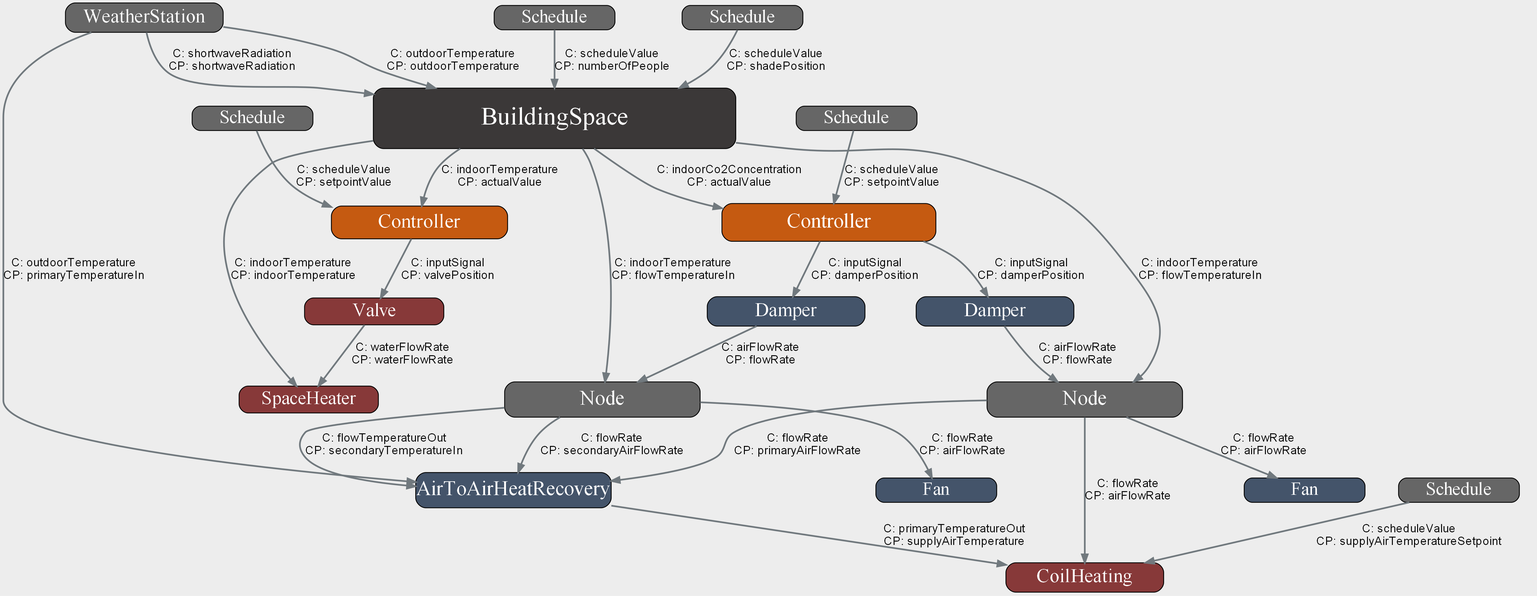
JBjoernskov/Twin4Build keeps this Graphviz diagram as system_graph_no_cycles.png. Above is the earlier version. Its source is kept beside it as system_graph_no_cycles.dot.
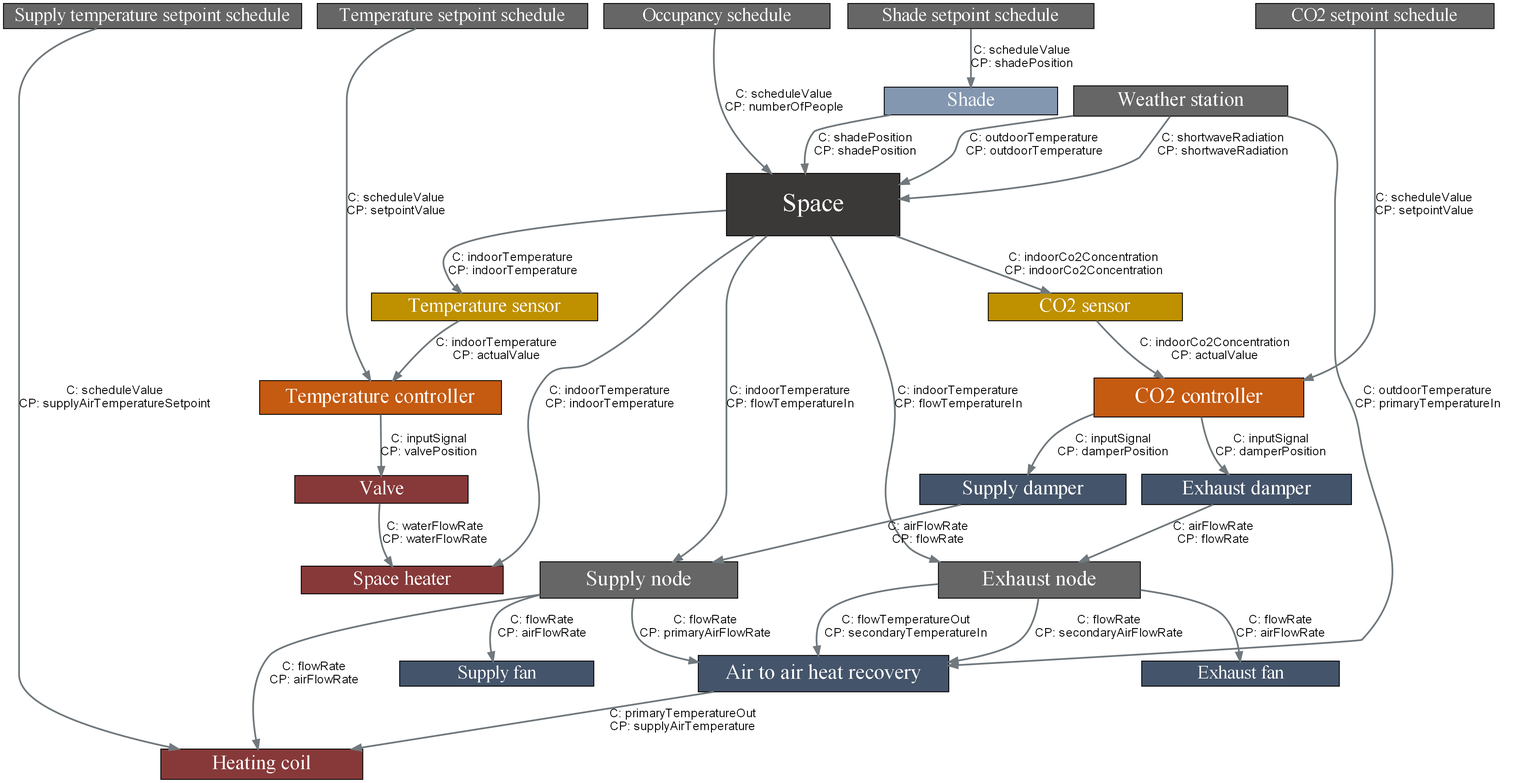
Above is the later version.

Diff of the diagram source:
```diff
@@ -1,83 +1,108 @@
 digraph G {
 subgraph  {
-weather_station [color=black, fillcolor="#666666", fontsize=23.23076923076923, height=0.49230769230769234, label=WeatherStation, width=2.615384615384615];
+rank=same;
+"Weather station" [color=black, fillcolor="#666666", fontsize=23.23076923076923, height=0.49230769230769234, label="Weather station", width=3.4292803970223327];
 }
 
 subgraph  {
-occupancy_schedule [color=black, fillcolor="#666666", fontsize=22.0, height=0.4000000000000001, label=Schedule, width=1.9999999999999993];
-shade_setpoint_schedule [color=black, fillcolor="#666666", fontsize=22.0, height=0.4000000000000001, label=Schedule, width=1.9999999999999993];
-supply_air_temperature_setpoint_schedule [color=black, fillcolor="#666666", fontsize=22.0, height=0.4000000000000001, label=Schedule, width=1.9999999999999993];
-indoor_temperature_setpoint_schedule [color=black, fillcolor="#666666", fontsize=22.0, height=0.4000000000000001, label=Schedule, width=1.9999999999999993];
-co2_setpoint_schedule [color=black, fillcolor="#666666", fontsize=22.0, height=0.4000000000000001, label=Schedule, width=1.9999999999999993];
+rank=same;
+"Occupancy schedule" [color=black, fillcolor="#666666", fontsize=22.0, height=0.4000000000000001, label="Occupancy schedule", width=3.6228287841191067];
+"Shade setpoint schedule" [color=black, fillcolor="#666666", fontsize=22.0, height=0.4000000000000001, label="Shade setpoint schedule", width=3.945409429280397];
+"Supply temperature setpoint schedule" [color=black, fillcolor="#666666", fontsize=22.0, height=0.4000000000000001, label="Supply temperature setpoint schedule", width=4.784119106699752];
+"Temperature setpoint schedule" [color=black, fillcolor="#666666", fontsize=22.0, height=0.4000000000000001, label="Temperature setpoint schedule", width=4.332506203473946];
+"CO2 setpoint schedule" [color=black, fillcolor="#666666", fontsize=22.0, height=0.4000000000000001, label="CO2 setpoint schedule", width=3.8163771712158807];
 }
 
 subgraph  {
-"Ø20-601b-2" [color=black, fillcolor="#3B3838", fontsize=30.0, height=1.0, label=BuildingSpace, width=6.0];
+rank=same;
+Space [color=black, fillcolor="#3B3838", fontsize=30.0, height=1.0, label=Space, width=2.784119106699752];
 }
 
 subgraph  {
-"C_temperature_Ø20-601b-2" [color=black, fillcolor="#C55A11", fontsize=23.846153846153847, height=0.5384615384615385, label=Controller, width=2.9230769230769225];
-"C_CO2_Ø20-601b-2" [color=black, fillcolor="#C55A11", fontsize=25.076923076923077, height=0.6307692307692307, label=Controller, width=3.538461538461538];
+rank=same;
+"Temperature controller" [color=black, fillcolor="#C55A11", fontsize=23.846153846153847, height=0.5384615384615385, label="Temperature controller", width=3.880893300248139];
+"CO2 controller" [color=black, fillcolor="#C55A11", fontsize=25.076923076923077, height=0.6307692307692307, label="CO2 controller", width=3.3647642679900747];
 }
 
 subgraph  {
-HR_Ventilation1 [color=black, fillcolor="#44546A", fontsize=24.46153846153846, height=0.5846153846153846, label=AirToAirHeatRecovery, width=3.23076923076923];
+"Air to air heat recovery" [color=black, fillcolor="#44546A", fontsize=24.46153846153846, height=0.5846153846153846, label="Air to air heat recovery", width=4.009925558312656];
 }
 
 subgraph  {
-HC_Ventilation1_Heating1 [color=black, fillcolor="#873939", fontsize=23.23076923076923, height=0.49230769230769234, label=CoilHeating, width=2.615384615384615];
+rank=same;
+"Heating coil" [color=black, fillcolor="#873939", fontsize=23.23076923076923, height=0.49230769230769234, label="Heating coil", width=3.2357320099255586];
 }
 
 subgraph  {
+rank=same;
 }
 
 subgraph  {
-"D_supply_Ø20-601b-2" [color=black, fillcolor="#44546A", fontsize=23.23076923076923, height=0.49230769230769234, label=Damper, width=2.615384615384615];
-"D_exhaust_Ø20-601b-2" [color=black, fillcolor="#44546A", fontsize=23.23076923076923, height=0.49230769230769234, label=Damper, width=2.615384615384615];
+rank=same;
+"Supply damper" [color=black, fillcolor="#44546A", fontsize=23.23076923076923, height=0.49230769230769234, label="Supply damper", width=3.3002481389578167];
+"Exhaust damper" [color=black, fillcolor="#44546A", fontsize=23.23076923076923, height=0.49230769230769234, label="Exhaust damper", width=3.3647642679900747];
 }
 
 subgraph  {
-"V_Ø20-601b-2" [color=black, fillcolor="#873939", fontsize=22.615384615384613, height=0.44615384615384623, label=Valve, width=2.307692307692307];
+rank=same;
+Valve [color=black, fillcolor="#873939", fontsize=22.615384615384613, height=0.44615384615384623, label=Valve, width=2.784119106699752];
 }
 
 subgraph  {
-F_supply_Ventilation1 [color=black, fillcolor="#44546A", fontsize=22.0, height=0.4000000000000001, label=Fan, width=1.9999999999999993];
-F_exhaust_Ventilation1 [color=black, fillcolor="#44546A", fontsize=22.0, height=0.4000000000000001, label=Fan, width=1.9999999999999993];
+rank=same;
+"Supply fan" [color=black, fillcolor="#44546A", fontsize=22.0, height=0.4000000000000001, label="Supply fan", width=3.106699751861042];
+"Exhaust fan" [color=black, fillcolor="#44546A", fontsize=22.0, height=0.4000000000000001, label="Exhaust fan", width=3.1712158808933006];
 }
 
 subgraph  {
-"SH_Ø20-601b-2" [color=black, fillcolor="#873939", fontsize=22.615384615384613, height=0.44615384615384623, label=SpaceHeater, width=2.307692307692307];
+rank=same;
+"Space heater" [color=black, fillcolor="#873939", fontsize=22.615384615384613, height=0.44615384615384623, label="Space heater", width=3.2357320099255586];
 }
 
 subgraph  {
-N_supply_Ventilation1 [color=black, fillcolor="#666666", fontsize=24.46153846153846, height=0.5846153846153846, label=Node, width=3.23076923076923];
-N_exhaust_Ventilation1 [color=black, fillcolor="#666666", fontsize=24.46153846153846, height=0.5846153846153846, label=Node, width=3.23076923076923];
+rank=same;
+"Supply node" [color=black, fillcolor="#666666", fontsize=24.46153846153846, height=0.5846153846153846, label="Supply node", width=3.1712158808933006];
+"Exhaust node" [color=black, fillcolor="#666666", fontsize=24.46153846153846, height=0.5846153846153846, label="Exhaust node", width=3.2357320099255586];
 }
 
-"Ø20-601b-2" -> "C_temperature_Ø20-601b-2"  [label="C: indoorTemperature          \nCP: actualValue          "];
-"Ø20-601b-2" -> "C_CO2_Ø20-601b-2"  [label="C: indoorCo2Concentration          \nCP: actualValue          "];
-"D_supply_Ø20-601b-2" -> N_supply_Ventilation1  [label="C: airFlowRate          \nCP: flowRate          "];
-"Ø20-601b-2" -> N_supply_Ventilation1  [label="C: indoorTemperature          \nCP: flowTemperatureIn          "];
-"D_exhaust_Ø20-601b-2" -> N_exhaust_Ventilation1  [label="C: airFlowRate          \nCP: flowRate          "];
-"Ø20-601b-2" -> N_exhaust_Ventilation1  [label="C: indoorTemperature          \nCP: flowTemperatureIn          "];
-weather_station -> "Ø20-601b-2"  [label="C: shortwaveRadiation          \nCP: shortwaveRadiation          "];
-weather_station -> "Ø20-601b-2"  [label="C: outdoorTemperature          \nCP: outdoorTemperature          "];
-occupancy_schedule -> "Ø20-601b-2"  [label="C: scheduleValue          \nCP: numberOfPeople          "];
-shade_setpoint_schedule -> "Ø20-601b-2"  [label="C: scheduleValue          \nCP: shadePosition          "];
-"C_CO2_Ø20-601b-2" -> "D_supply_Ø20-601b-2"  [label="C: inputSignal          \nCP: damperPosition          "];
-"C_CO2_Ø20-601b-2" -> "D_exhaust_Ø20-601b-2"  [label="C: inputSignal          \nCP: damperPosition          "];
-"Ø20-601b-2" -> "SH_Ø20-601b-2"  [label="C: indoorTemperature          \nCP: indoorTemperature          "];
-"V_Ø20-601b-2" -> "SH_Ø20-601b-2"  [label="C: waterFlowRate          \nCP: waterFlowRate          "];
-"C_temperature_Ø20-601b-2" -> "V_Ø20-601b-2"  [label="C: inputSignal          \nCP: valvePosition          "];
-HR_Ventilation1 -> HC_Ventilation1_Heating1  [label="C: primaryTemperatureOut          \nCP: supplyAirTemperature          "];
-N_supply_Ventilation1 -> HC_Ventilation1_Heating1  [label="C: flowRate          \nCP: airFlowRate          "];
-supply_air_temperature_setpoint_schedule -> HC_Ventilation1_Heating1  [label="C: scheduleValue          \nCP: supplyAirTemperatureSetpoint          "];
-weather_station -> HR_Ventilation1  [label="C: outdoorTemperature          \nCP: primaryTemperatureIn          "];
-N_exhaust_Ventilation1 -> HR_Ventilation1  [label="C: flowTemperatureOut          \nCP: secondaryTemperatureIn          "];
-N_supply_Ventilation1 -> HR_Ventilation1  [label="C: flowRate          \nCP: primaryAirFlowRate          "];
-N_exhaust_Ventilation1 -> HR_Ventilation1  [label="C: flowRate          \nCP: secondaryAirFlowRate          "];
-N_supply_Ventilation1 -> F_supply_Ventilation1  [label="C: flowRate          \nCP: airFlowRate          "];
-N_exhaust_Ventilation1 -> F_exhaust_Ventilation1  [label="C: flowRate          \nCP: airFlowRate          "];
-indoor_temperature_setpoint_schedule -> "C_temperature_Ø20-601b-2"  [label="C: scheduleValue          \nCP: setpointValue          "];
-co2_setpoint_schedule -> "C_CO2_Ø20-601b-2"  [label="C: scheduleValue          \nCP: setpointValue          "];
+subgraph  {
+rank=same;
+Shade [color=black, fillcolor="#8497B0", fontsize=22.615384615384613, height=0.44615384615384623, label=Shade, width=2.784119106699752];
 }
+
+subgraph  {
+rank=same;
+"Temperature sensor" [color=black, fillcolor="#BF9000", fontsize=22.615384615384613, height=0.44615384615384623, label="Temperature sensor", width=3.6228287841191067];
+"CO2 sensor" [color=black, fillcolor="#BF9000", fontsize=22.615384615384613, height=0.44615384615384623, label="CO2 sensor", width=3.106699751861042];
+}
+
+Space -> "Temperature sensor"  [label="C: indoorTemperature          \nCP: indoorTemperature          "];
+"Temperature sensor" -> "Temperature controller"  [label="C: indoorTemperature          \nCP: actualValue          "];
+Space -> "CO2 sensor"  [label="C: indoorCo2Concentration          \nCP: indoorCo2Concentration          "];
+"CO2 sensor" -> "CO2 controller"  [label="C: indoorCo2Concentration          \nCP: actualValue          "];
+"Supply damper" -> "Supply node"  [label="C: airFlowRate          \nCP: flowRate          "];
+Space -> "Supply node"  [label="C: indoorTemperature          \nCP: flowTemperatureIn          "];
+"Exhaust damper" -> "Exhaust node"  [label="C: airFlowRate          \nCP: flowRate          "];
+Space -> "Exhaust node"  [label="C: indoorTemperature          \nCP: flowTemperatureIn          "];
+"Weather station" -> Space  [label="C: shortwaveRadiation          \nCP: shortwaveRadiation          "];
+"Weather station" -> Space  [label="C: outdoorTemperature          \nCP: outdoorTemperature          "];
+"Occupancy schedule" -> Space  [label="C: scheduleValue          \nCP: numberOfPeople          "];
+"Shade setpoint schedule" -> Shade  [label="C: scheduleValue          \nCP: shadePosition          "];
+Shade -> Space  [label="C: shadePosition          \nCP: shadePosition          "];
+"CO2 controller" -> "Supply damper"  [label="C: inputSignal          \nCP: damperPosition          "];
+"CO2 controller" -> "Exhaust damper"  [label="C: inputSignal          \nCP: damperPosition          "];
+Space -> "Space heater"  [label="C: indoorTemperature          \nCP: indoorTemperature          "];
+Valve -> "Space heater"  [label="C: waterFlowRate          \nCP: waterFlowRate          "];
+"Temperature controller" -> Valve  [label="C: inputSignal          \nCP: valvePosition          "];
+"Air to air heat recovery" -> "Heating coil"  [label="C: primaryTemperatureOut          \nCP: supplyAirTemperature          "];
+"Supply node" -> "Heating coil"  [label="C: flowRate          \nCP: airFlowRate          "];
+"Supply temperature setpoint schedule" -> "Heating coil"  [label="C: scheduleValue          \nCP: supplyAirTemperatureSetpoint          "];
+"Weather station" -> "Air to air heat recovery"  [label="C: outdoorTemperature          \nCP: primaryTemperatureIn          "];
+"Exhaust node" -> "Air to air heat recovery"  [label="C: flowTemperatureOut          \nCP: secondaryTemperatureIn          "];
+"Supply node" -> "Air to air heat recovery"  [label="C: flowRate          \nCP: primaryAirFlowRate          "];
+"Exhaust node" -> "Air to air heat recovery"  [label="C: flowRate          \nCP: secondaryAirFlowRate          "];
+"Supply node" -> "Supply fan"  [label="C: flowRate          \nCP: airFlowRate          "];
+"Exhaust node" -> "Exhaust fan"  [label="C: flowRate          \nCP: airFlowRate          "];
+"Temperature setpoint schedule" -> "Temperature controller"  [label="C: scheduleValue          \nCP: setpointValue          "];
+"CO2 setpoint schedule" -> "CO2 controller"  [label="C: scheduleValue          \nCP: setpointValue          "];
+}
```
